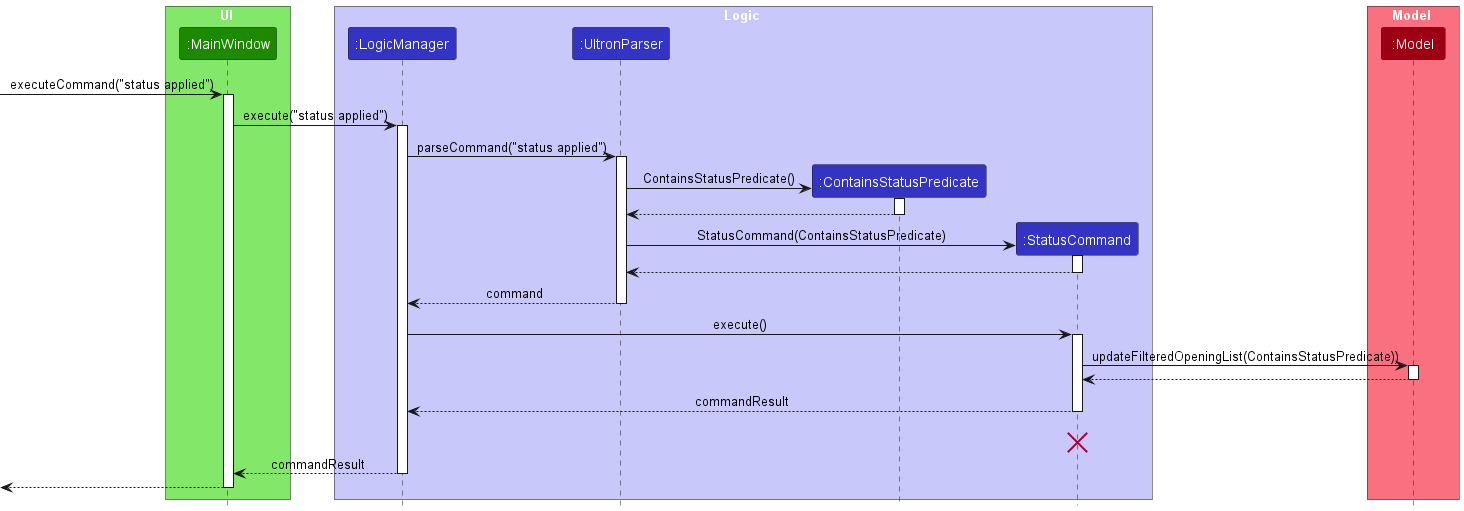
The PlantUML diagram docs/images/StatusSequenceDiagram.png in nus-cs2103-AY2223S2/tp, before a commit.
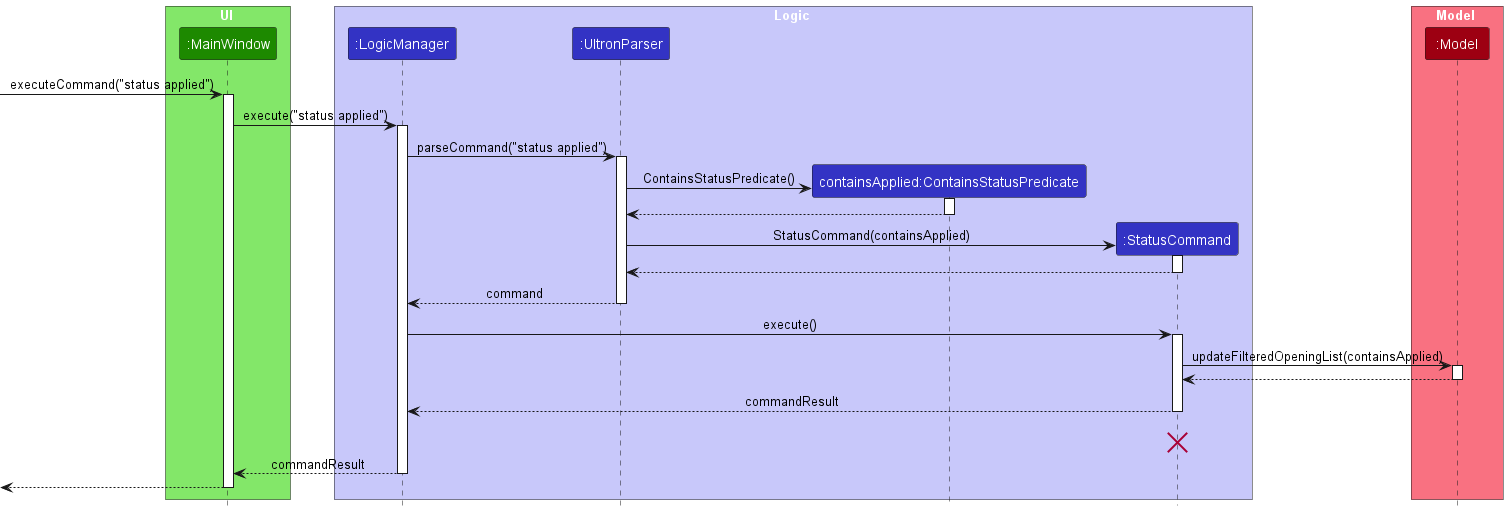
The same file after the commit.

The edit, as a diff of the source:
```diff
@@ -8,7 +8,7 @@
 box Logic LOGIC_COLOR_T1
 participant ":LogicManager" as LogicManager LOGIC_COLOR
 participant ":UltronParser" as UltronParser LOGIC_COLOR
-participant ":ContainsStatusPredicate" as ContainsStatusPredicate LOGIC_COLOR
+participant "containsApplied:ContainsStatusPredicate" as ContainsStatusPredicate LOGIC_COLOR
 participant ":StatusCommand" as StatusCommand LOGIC_COLOR
 end box
 
@@ -35,7 +35,7 @@
 
 create StatusCommand
 
-UltronParser -> StatusCommand : StatusCommand(ContainsStatusPredicate)
+UltronParser -> StatusCommand : StatusCommand(containsApplied)
 activate StatusCommand
 
 StatusCommand --> UltronParser
@@ -47,7 +47,7 @@
 LogicManager -> StatusCommand : execute()
 activate StatusCommand
 
-StatusCommand -> Model : updateFilteredOpeningList(ContainsStatusPredicate))
+StatusCommand -> Model : updateFilteredOpeningList(containsApplied)
 activate Model
 
 Model --> StatusCommand
```
